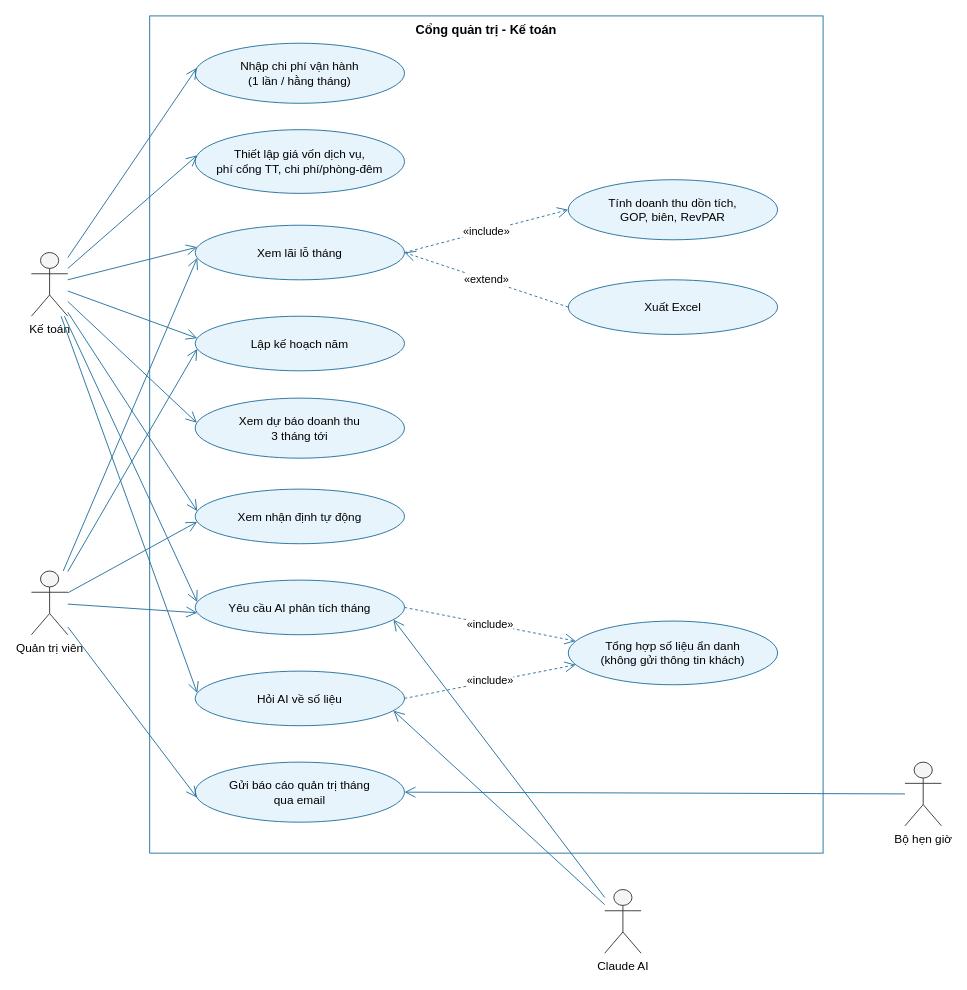
Above: docs/use-case/uc7-lai-lo-ai.drawio in ngynquchn2511/beach-hotel (draw.io), before the change. Source tidied: cells renumbered, new cells numbered last; positions are measured from the earlier drawing's top-left corner, leaving out a move shared by most shapes. Both pictures are drawn from the tidied source at 91%, with x=0, y=0 at pixel (31, 15).
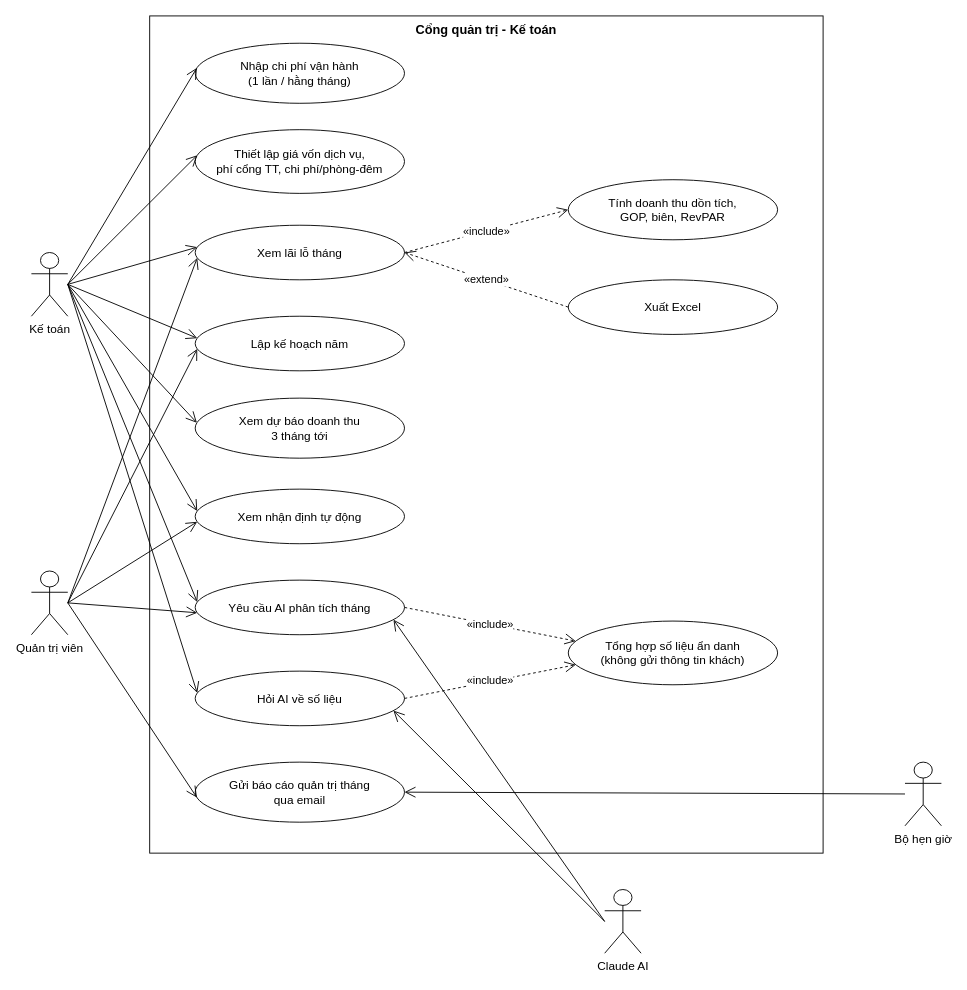
The same diagram, later.

What changed in the source:
```diff
@@
-    <mxCell id="2" value="Cổng quản trị - Kế toán" style="rounded=0;whiteSpace=wrap;html=1;verticalAlign=top;fontStyle=1;fontSize=14;fillColor=none;strokeColor=#1F6E9C;" parent="1" vertex="1">
+    <mxCell id="2" value="Cổng quản trị - Kế toán" style="rounded=0;whiteSpace=wrap;html=1;verticalAlign=top;fontStyle=1;fontSize=14;fillColor=none;strokeColor=#000000;" parent="1" vertex="1">
       <mxGeometry x="130" width="740" height="920" as="geometry" />
     </mxCell>
-    <mxCell id="3" value="Kế toán" style="shape=umlActor;verticalLabelPosition=bottom;verticalAlign=top;html=1;outlineConnect=0;fillColor=#F5F5F5;strokeColor=#333333;fontSize=13;" parent="1" vertex="1">
+    <mxCell id="3" value="Kế toán" style="shape=umlActor;verticalLabelPosition=bottom;verticalAlign=top;html=1;outlineConnect=0;fillColor=#FFFFFF;strokeColor=#000000;fontSize=13;" parent="1" vertex="1">
       <mxGeometry y="260" width="40" height="70" as="geometry" />
     </mxCell>
-    <mxCell id="4" value="Quản trị viên" style="shape=umlActor;verticalLabelPosition=bottom;verticalAlign=top;html=1;outlineConnect=0;fillColor=#F5F5F5;strokeColor=#333333;fontSize=13;" parent="1" vertex="1">
+    <mxCell id="4" value="Quản trị viên" style="shape=umlActor;verticalLabelPosition=bottom;verticalAlign=top;html=1;outlineConnect=0;fillColor=#FFFFFF;strokeColor=#000000;fontSize=13;" parent="1" vertex="1">
       <mxGeometry y="610" width="40" height="70" as="geometry" />
     </mxCell>
-    <mxCell id="5" value="Claude AI" style="shape=umlActor;verticalLabelPosition=bottom;verticalAlign=top;html=1;outlineConnect=0;fillColor=#F5F5F5;strokeColor=#333333;fontSize=13;" parent="1" vertex="1">
+    <mxCell id="5" value="Claude AI" style="shape=umlActor;verticalLabelPosition=bottom;verticalAlign=top;html=1;outlineConnect=0;fillColor=#FFFFFF;strokeColor=#000000;fontSize=13;" parent="1" vertex="1">
       <mxGeometry x="630" y="960" width="40" height="70" as="geometry" />
     </mxCell>
-    <mxCell id="6" value="Bộ hẹn giờ" style="shape=umlActor;verticalLabelPosition=bottom;verticalAlign=top;html=1;outlineConnect=0;fillColor=#F5F5F5;strokeColor=#333333;fontSize=13;" parent="1" vertex="1">
+    <mxCell id="6" value="Bộ hẹn giờ" style="shape=umlActor;verticalLabelPosition=bottom;verticalAlign=top;html=1;outlineConnect=0;fillColor=#FFFFFF;strokeColor=#000000;fontSize=13;" parent="1" vertex="1">
       <mxGeometry x="960" y="820" width="40" height="70" as="geometry" />
     </mxCell>
-    <mxCell id="7" value="Nhập chi phí vận hành&lt;br&gt;(1 lần / hằng tháng)" style="ellipse;whiteSpace=wrap;html=1;fillColor=#E8F4FB;strokeColor=#1F6E9C;fontSize=13;" parent="1" vertex="1">
+    <mxCell id="7" value="Nhập chi phí vận hành&lt;br&gt;(1 lần / hằng tháng)" style="ellipse;whiteSpace=wrap;html=1;fillColor=#FFFFFF;strokeColor=#000000;fontSize=13;" parent="1" vertex="1">
       <mxGeometry x="180" y="30" width="230" height="66" as="geometry" />
     </mxCell>
-    <mxCell id="8" value="Thiết lập giá vốn dịch vụ,&lt;br&gt;phí cổng TT, chi phí/phòng-đêm" style="ellipse;whiteSpace=wrap;html=1;fillColor=#E8F4FB;strokeColor=#1F6E9C;fontSize=13;" parent="1" vertex="1">
+    <mxCell id="8" value="Thiết lập giá vốn dịch vụ,&lt;br&gt;phí cổng TT, chi phí/phòng-đêm" style="ellipse;whiteSpace=wrap;html=1;fillColor=#FFFFFF;strokeColor=#000000;fontSize=13;" parent="1" vertex="1">
       <mxGeometry x="180" y="125" width="230" height="70" as="geometry" />
     </mxCell>
-    <mxCell id="9" value="Xem lãi lỗ tháng" style="ellipse;whiteSpace=wrap;html=1;fillColor=#E8F4FB;strokeColor=#1F6E9C;fontSize=13;" parent="1" vertex="1">
+    <mxCell id="9" value="Xem lãi lỗ tháng" style="ellipse;whiteSpace=wrap;html=1;fillColor=#FFFFFF;strokeColor=#000000;fontSize=13;" parent="1" vertex="1">
       <mxGeometry x="180" y="230" width="230" height="60" as="geometry" />
     </mxCell>
-    <mxCell id="10" value="Lập kế hoạch năm" style="ellipse;whiteSpace=wrap;html=1;fillColor=#E8F4FB;strokeColor=#1F6E9C;fontSize=13;" parent="1" vertex="1">
+    <mxCell id="10" value="Lập kế hoạch năm" style="ellipse;whiteSpace=wrap;html=1;fillColor=#FFFFFF;strokeColor=#000000;fontSize=13;" parent="1" vertex="1">
       <mxGeometry x="180" y="330" width="230" height="60" as="geometry" />
     </mxCell>
-    <mxCell id="11" value="Xem dự báo doanh thu&lt;br&gt;3 tháng tới" style="ellipse;whiteSpace=wrap;html=1;fillColor=#E8F4FB;strokeColor=#1F6E9C;fontSize=13;" parent="1" vertex="1">
+    <mxCell id="11" value="Xem dự báo doanh thu&lt;br&gt;3 tháng tới" style="ellipse;whiteSpace=wrap;html=1;fillColor=#FFFFFF;strokeColor=#000000;fontSize=13;" parent="1" vertex="1">
       <mxGeometry x="180" y="420" width="230" height="66" as="geometry" />
     </mxCell>
-    <mxCell id="12" value="Xem nhận định tự động" style="ellipse;whiteSpace=wrap;html=1;fillColor=#E8F4FB;strokeColor=#1F6E9C;fontSize=13;" parent="1" vertex="1">
+    <mxCell id="12" value="Xem nhận định tự động" style="ellipse;whiteSpace=wrap;html=1;fillColor=#FFFFFF;strokeColor=#000000;fontSize=13;" parent="1" vertex="1">
       <mxGeometry x="180" y="520" width="230" height="60" as="geometry" />
     </mxCell>
-    <mxCell id="13" value="Yêu cầu AI phân tích tháng" style="ellipse;whiteSpace=wrap;html=1;fillColor=#E8F4FB;strokeColor=#1F6E9C;fontSize=13;" parent="1" vertex="1">
+    <mxCell id="13" value="Yêu cầu AI phân tích tháng" style="ellipse;whiteSpace=wrap;html=1;fillColor=#FFFFFF;strokeColor=#000000;fontSize=13;" parent="1" vertex="1">
       <mxGeometry x="180" y="620" width="230" height="60" as="geometry" />
     </mxCell>
-    <mxCell id="14" value="Hỏi AI về số liệu" style="ellipse;whiteSpace=wrap;html=1;fillColor=#E8F4FB;strokeColor=#1F6E9C;fontSize=13;" parent="1" vertex="1">
+    <mxCell id="14" value="Hỏi AI về số liệu" style="ellipse;whiteSpace=wrap;html=1;fillColor=#FFFFFF;strokeColor=#000000;fontSize=13;" parent="1" vertex="1">
       <mxGeometry x="180" y="720" width="230" height="60" as="geometry" />
     </mxCell>
-    <mxCell id="15" value="Gửi báo cáo quản trị tháng&lt;br&gt;qua email" style="ellipse;whiteSpace=wrap;html=1;fillColor=#E8F4FB;strokeColor=#1F6E9C;fontSize=13;" parent="1" vertex="1">
+    <mxCell id="15" value="Gửi báo cáo quản trị tháng&lt;br&gt;qua email" style="ellipse;whiteSpace=wrap;html=1;fillColor=#FFFFFF;strokeColor=#000000;fontSize=13;" parent="1" vertex="1">
       <mxGeometry x="180" y="820" width="230" height="66" as="geometry" />
     </mxCell>
-    <mxCell id="16" value="Tính doanh thu dồn tích,&lt;br&gt;GOP, biên, RevPAR" style="ellipse;whiteSpace=wrap;html=1;fillColor=#E8F4FB;strokeColor=#1F6E9C;fontSize=13;" parent="1" vertex="1">
+    <mxCell id="16" value="Tính doanh thu dồn tích,&lt;br&gt;GOP, biên, RevPAR" style="ellipse;whiteSpace=wrap;html=1;fillColor=#FFFFFF;strokeColor=#000000;fontSize=13;" parent="1" vertex="1">
       <mxGeometry x="590" y="180" width="230" height="66" as="geometry" />
     </mxCell>
-    <mxCell id="17" value="Xuất Excel" style="ellipse;whiteSpace=wrap;html=1;fillColor=#E8F4FB;strokeColor=#1F6E9C;fontSize=13;" parent="1" vertex="1">
+    <mxCell id="17" value="Xuất Excel" style="ellipse;whiteSpace=wrap;html=1;fillColor=#FFFFFF;strokeColor=#000000;fontSize=13;" parent="1" vertex="1">
       <mxGeometry x="590" y="290" width="230" height="60" as="geometry" />
     </mxCell>
-    <mxCell id="18" value="Tổng hợp số liệu ẩn danh&lt;br&gt;(không gửi thông tin khách)" style="ellipse;whiteSpace=wrap;html=1;fillColor=#E8F4FB;strokeColor=#1F6E9C;fontSize=13;" parent="1" vertex="1">
+    <mxCell id="18" value="Tổng hợp số liệu ẩn danh&lt;br&gt;(không gửi thông tin khách)" style="ellipse;whiteSpace=wrap;html=1;fillColor=#FFFFFF;strokeColor=#000000;fontSize=13;" parent="1" vertex="1">
       <mxGeometry x="590" y="665" width="230" height="70" as="geometry" />
     </mxCell>
-    <mxCell id="19" style="endArrow=open;endSize=10;html=1;strokeColor=#1F6E9C;entryX=0;entryY=0.4;entryDx=0;entryDy=0;" parent="1" edge="1" source="3" target="7">
+    <mxCell id="19" style="endArrow=open;endSize=10;html=1;strokeColor=#000000;entryX=0;entryY=0.4;entryDx=0;entryDy=0;exitX=1;exitY=0.5;exitPerimeter=0;" parent="1" edge="1" source="3" target="7">
       <mxGeometry relative="1" as="geometry" />
     </mxCell>
-    <mxCell id="20" style="endArrow=open;endSize=10;html=1;strokeColor=#1F6E9C;entryX=0;entryY=0.4;entryDx=0;entryDy=0;" parent="1" edge="1" source="3" target="8">
+    <mxCell id="20" style="endArrow=open;endSize=10;html=1;strokeColor=#000000;entryX=0;entryY=0.4;entryDx=0;entryDy=0;exitX=1;exitY=0.5;exitPerimeter=0;" parent="1" edge="1" source="3" target="8">
       <mxGeometry relative="1" as="geometry" />
     </mxCell>
-    <mxCell id="21" style="endArrow=open;endSize=10;html=1;strokeColor=#1F6E9C;entryX=0;entryY=0.4;entryDx=0;entryDy=0;" parent="1" edge="1" source="3" target="9">
+    <mxCell id="21" style="endArrow=open;endSize=10;html=1;strokeColor=#000000;entryX=0;entryY=0.4;entryDx=0;entryDy=0;exitX=1;exitY=0.5;exitPerimeter=0;" parent="1" edge="1" source="3" target="9">
       <mxGeometry relative="1" as="geometry" />
     </mxCell>
-    <mxCell id="22" style="endArrow=open;endSize=10;html=1;strokeColor=#1F6E9C;entryX=0;entryY=0.4;entryDx=0;entryDy=0;" parent="1" edge="1" source="3" target="10">
+    <mxCell id="22" style="endArrow=open;endSize=10;html=1;strokeColor=#000000;entryX=0;entryY=0.4;entryDx=0;entryDy=0;exitX=1;exitY=0.5;exitPerimeter=0;" parent="1" edge="1" source="3" target="10">
       <mxGeometry relative="1" as="geometry" />
     </mxCell>
-    <mxCell id="23" style="endArrow=open;endSize=10;html=1;strokeColor=#1F6E9C;entryX=0;entryY=0.4;entryDx=0;entryDy=0;" parent="1" edge="1" source="3" target="11">
+    <mxCell id="23" style="endArrow=open;endSize=10;html=1;strokeColor=#000000;entryX=0;entryY=0.4;entryDx=0;entryDy=0;exitX=1;exitY=0.5;exitPerimeter=0;" parent="1" edge="1" source="3" target="11">
       <mxGeometry relative="1" as="geometry" />
     </mxCell>
-    <mxCell id="24" style="endArrow=open;endSize=10;html=1;strokeColor=#1F6E9C;entryX=0;entryY=0.4;entryDx=0;entryDy=0;" parent="1" edge="1" source="3" target="12">
+    <mxCell id="24" style="endArrow=open;endSize=10;html=1;strokeColor=#000000;entryX=0;entryY=0.4;entryDx=0;entryDy=0;exitX=1;exitY=0.5;exitPerimeter=0;" parent="1" edge="1" source="3" target="12">
       <mxGeometry relative="1" as="geometry" />
     </mxCell>
-    <mxCell id="25" style="endArrow=open;endSize=10;html=1;strokeColor=#1F6E9C;entryX=0;entryY=0.4;entryDx=0;entryDy=0;" parent="1" edge="1" source="3" target="13">
+    <mxCell id="25" style="endArrow=open;endSize=10;html=1;strokeColor=#000000;entryX=0;entryY=0.4;entryDx=0;entryDy=0;exitX=1;exitY=0.5;exitPerimeter=0;" parent="1" edge="1" source="3" target="13">
       <mxGeometry relative="1" as="geometry" />
     </mxCell>
-    <mxCell id="26" style="endArrow=open;endSize=10;html=1;strokeColor=#1F6E9C;entryX=0;entryY=0.4;entryDx=0;entryDy=0;" parent="1" edge="1" source="3" target="14">
+    <mxCell id="26" style="endArrow=open;endSize=10;html=1;strokeColor=#000000;entryX=0;entryY=0.4;entryDx=0;entryDy=0;exitX=1;exitY=0.5;exitPerimeter=0;" parent="1" edge="1" source="3" target="14">
       <mxGeometry relative="1" as="geometry" />
     </mxCell>
-    <mxCell id="27" style="endArrow=open;endSize=10;html=1;strokeColor=#1F6E9C;entryX=0;entryY=0.6;entryDx=0;entryDy=0;" parent="1" edge="1" source="4" target="9">
+    <mxCell id="27" style="endArrow=open;endSize=10;html=1;strokeColor=#000000;entryX=0;entryY=0.6;entryDx=0;entryDy=0;exitX=1;exitY=0.5;exitPerimeter=0;" parent="1" edge="1" source="4" target="9">
       <mxGeometry relative="1" as="geometry" />
     </mxCell>
-    <mxCell id="28" style="endArrow=open;endSize=10;html=1;strokeColor=#1F6E9C;entryX=0;entryY=0.6;entryDx=0;entryDy=0;" parent="1" edge="1" source="4" target="10">
+    <mxCell id="28" style="endArrow=open;endSize=10;html=1;strokeColor=#000000;entryX=0;entryY=0.6;entryDx=0;entryDy=0;exitX=1;exitY=0.5;exitPerimeter=0;" parent="1" edge="1" source="4" target="10">
       <mxGeometry relative="1" as="geometry" />
     </mxCell>
-    <mxCell id="29" style="endArrow=open;endSize=10;html=1;strokeColor=#1F6E9C;entryX=0;entryY=0.6;entryDx=0;entryDy=0;" parent="1" edge="1" source="4" target="12">
+    <mxCell id="29" style="endArrow=open;endSize=10;html=1;strokeColor=#000000;entryX=0;entryY=0.6;entryDx=0;entryDy=0;exitX=1;exitY=0.5;exitPerimeter=0;" parent="1" edge="1" source="4" target="12">
       <mxGeometry relative="1" as="geometry" />
     </mxCell>
-    <mxCell id="30" style="endArrow=open;endSize=10;html=1;strokeColor=#1F6E9C;entryX=0;entryY=0.6;entryDx=0;entryDy=0;" parent="1" edge="1" source="4" target="13">
+    <mxCell id="30" style="endArrow=open;endSize=10;html=1;strokeColor=#000000;entryX=0;entryY=0.6;entryDx=0;entryDy=0;exitX=1;exitY=0.5;exitPerimeter=0;" parent="1" edge="1" source="4" target="13">
       <mxGeometry relative="1" as="geometry" />
     </mxCell>
-    <mxCell id="31" style="endArrow=open;endSize=10;html=1;strokeColor=#1F6E9C;entryX=0;entryY=0.6;entryDx=0;entryDy=0;" parent="1" edge="1" source="4" target="15">
+    <mxCell id="31" style="endArrow=open;endSize=10;html=1;strokeColor=#000000;entryX=0;entryY=0.6;entryDx=0;entryDy=0;exitX=1;exitY=0.5;exitPerimeter=0;" parent="1" edge="1" source="4" target="15">
       <mxGeometry relative="1" as="geometry" />
     </mxCell>
-    <mxCell id="32" style="endArrow=open;endSize=10;html=1;strokeColor=#1F6E9C;entryX=1;entryY=0.75;entryDx=0;entryDy=0;" parent="1" edge="1" source="5" target="13">
+    <mxCell id="32" style="endArrow=open;endSize=10;html=1;strokeColor=#000000;entryX=1;entryY=0.75;entryDx=0;entryDy=0;exitX=0;exitY=0.5;exitPerimeter=0;" parent="1" edge="1" source="5" target="13">
       <mxGeometry relative="1" as="geometry" />
     </mxCell>
-    <mxCell id="33" style="endArrow=open;endSize=10;html=1;strokeColor=#1F6E9C;entryX=1;entryY=0.75;entryDx=0;entryDy=0;" parent="1" edge="1" source="5" target="14">
+    <mxCell id="33" style="endArrow=open;endSize=10;html=1;strokeColor=#000000;entryX=1;entryY=0.75;entryDx=0;entryDy=0;exitX=0;exitY=0.5;exitPerimeter=0;" parent="1" edge="1" source="5" target="14">
       <mxGeometry relative="1" as="geometry" />
     </mxCell>
-    <mxCell id="34" style="endArrow=open;endSize=10;html=1;strokeColor=#1F6E9C;entryX=1;entryY=0.5;entryDx=0;entryDy=0;" parent="1" edge="1" source="6" target="15">
+    <mxCell id="34" style="endArrow=open;endSize=10;html=1;strokeColor=#000000;entryX=1;entryY=0.5;entryDx=0;entryDy=0;exitX=0;exitY=0.5;exitPerimeter=0;" parent="1" edge="1" source="6" target="15">
       <mxGeometry relative="1" as="geometry" />
     </mxCell>
-    <mxCell id="35" value="«include»" style="endArrow=open;endSize=10;dashed=1;html=1;strokeColor=#1F6E9C;fontSize=12;labelBackgroundColor=#FFFFFF;exitX=1;exitY=0.5;exitDx=0;exitDy=0;entryX=0;entryY=0.5;entryDx=0;entryDy=0;" parent="1" edge="1" source="9" target="16">
+    <mxCell id="35" value="«include»" style="endArrow=open;endSize=10;dashed=1;html=1;strokeColor=#000000;fontSize=12;labelBackgroundColor=#FFFFFF;exitX=1;exitY=0.5;exitDx=0;exitDy=0;entryX=0;entryY=0.5;entryDx=0;entryDy=0;" parent="1" edge="1" source="9" target="16">
       <mxGeometry relative="1" as="geometry" />
     </mxCell>
-    <mxCell id="36" value="«extend»" style="endArrow=open;endSize=10;dashed=1;html=1;strokeColor=#1F6E9C;fontSize=12;labelBackgroundColor=#FFFFFF;exitX=0;exitY=0.5;exitDx=0;exitDy=0;entryX=1;entryY=0.5;entryDx=0;entryDy=0;" parent="1" edge="1" source="17" target="9">
+    <mxCell id="36" value="«extend»" style="endArrow=open;endSize=10;dashed=1;html=1;strokeColor=#000000;fontSize=12;labelBackgroundColor=#FFFFFF;exitX=0;exitY=0.5;exitDx=0;exitDy=0;entryX=1;entryY=0.5;entryDx=0;entryDy=0;" parent="1" edge="1" source="17" target="9">
       <mxGeometry relative="1" as="geometry" />
     </mxCell>
-    <mxCell id="37" value="«include»" style="endArrow=open;endSize=10;dashed=1;html=1;strokeColor=#1F6E9C;fontSize=12;labelBackgroundColor=#FFFFFF;exitX=1;exitY=0.5;exitDx=0;exitDy=0;entryX=0;entryY=0.3;entryDx=0;entryDy=0;" parent="1" edge="1" source="13" target="18">
+    <mxCell id="37" value="«include»" style="endArrow=open;endSize=10;dashed=1;html=1;strokeColor=#000000;fontSize=12;labelBackgroundColor=#FFFFFF;exitX=1;exitY=0.5;exitDx=0;exitDy=0;entryX=0;entryY=0.3;entryDx=0;entryDy=0;" parent="1" edge="1" source="13" target="18">
       <mxGeometry relative="1" as="geometry" />
     </mxCell>
-    <mxCell id="38" value="«include»" style="endArrow=open;endSize=10;dashed=1;html=1;strokeColor=#1F6E9C;fontSize=12;labelBackgroundColor=#FFFFFF;exitX=1;exitY=0.5;exitDx=0;exitDy=0;entryX=0;entryY=0.7;entryDx=0;entryDy=0;" parent="1" edge="1" source="14" target="18">
+    <mxCell id="38" value="«include»" style="endArrow=open;endSize=10;dashed=1;html=1;strokeColor=#000000;fontSize=12;labelBackgroundColor=#FFFFFF;exitX=1;exitY=0.5;exitDx=0;exitDy=0;entryX=0;entryY=0.7;entryDx=0;entryDy=0;" parent="1" edge="1" source="14" target="18">
       <mxGeometry relative="1" as="geometry" />
     </mxCell>
```
